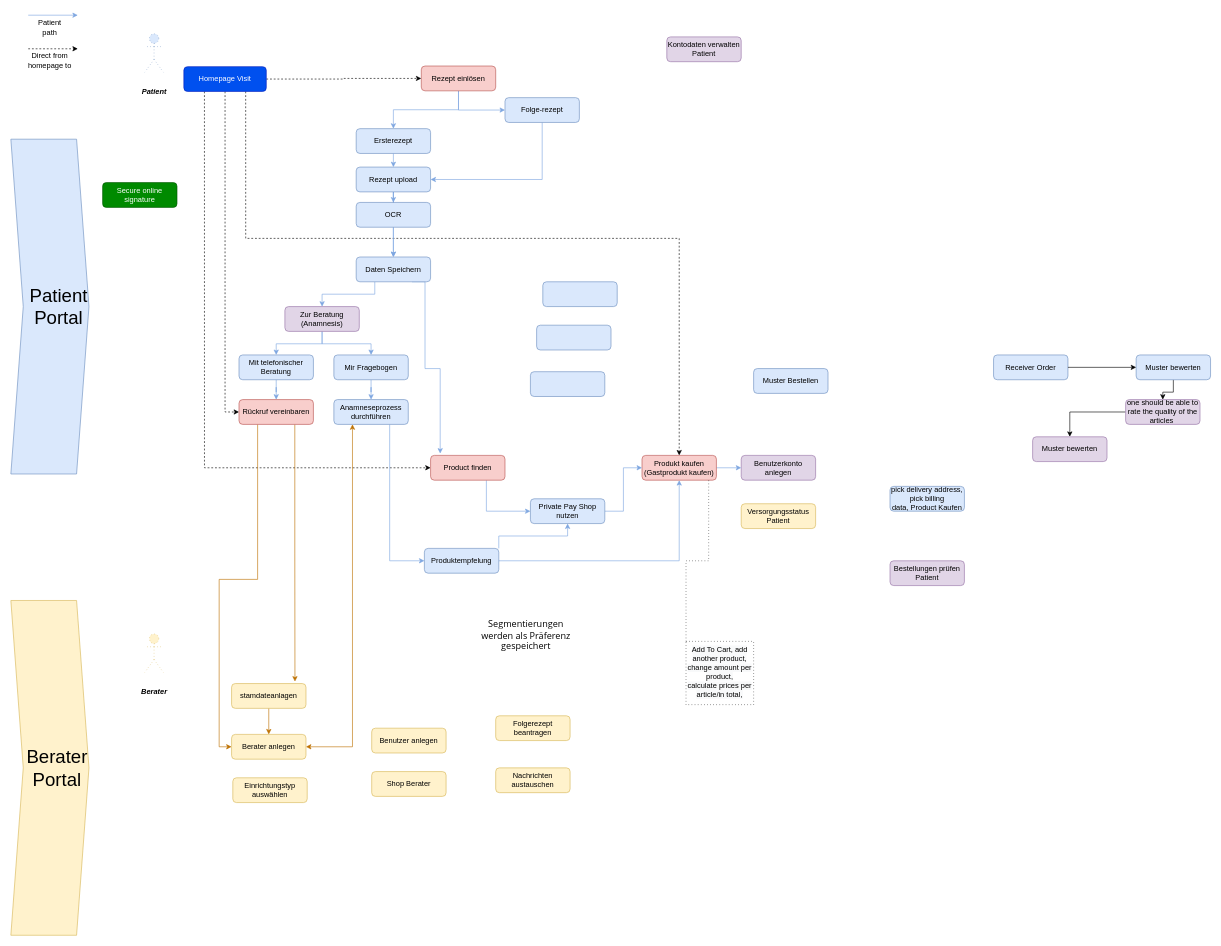
This is page "Overview" (1 of 8) of Untitled Diagram.drawio from Fredabb/MediMark-roadmap, a draw.io file, before an edit. Source tidied: cells renumbered, new cells numbered last; positions are measured from the earlier drawing's top-left corner, leaving out a move shared by most shapes. Both pictures are drawn from the tidied source at 62%, with x=0, y=0 at pixel (11, 15).
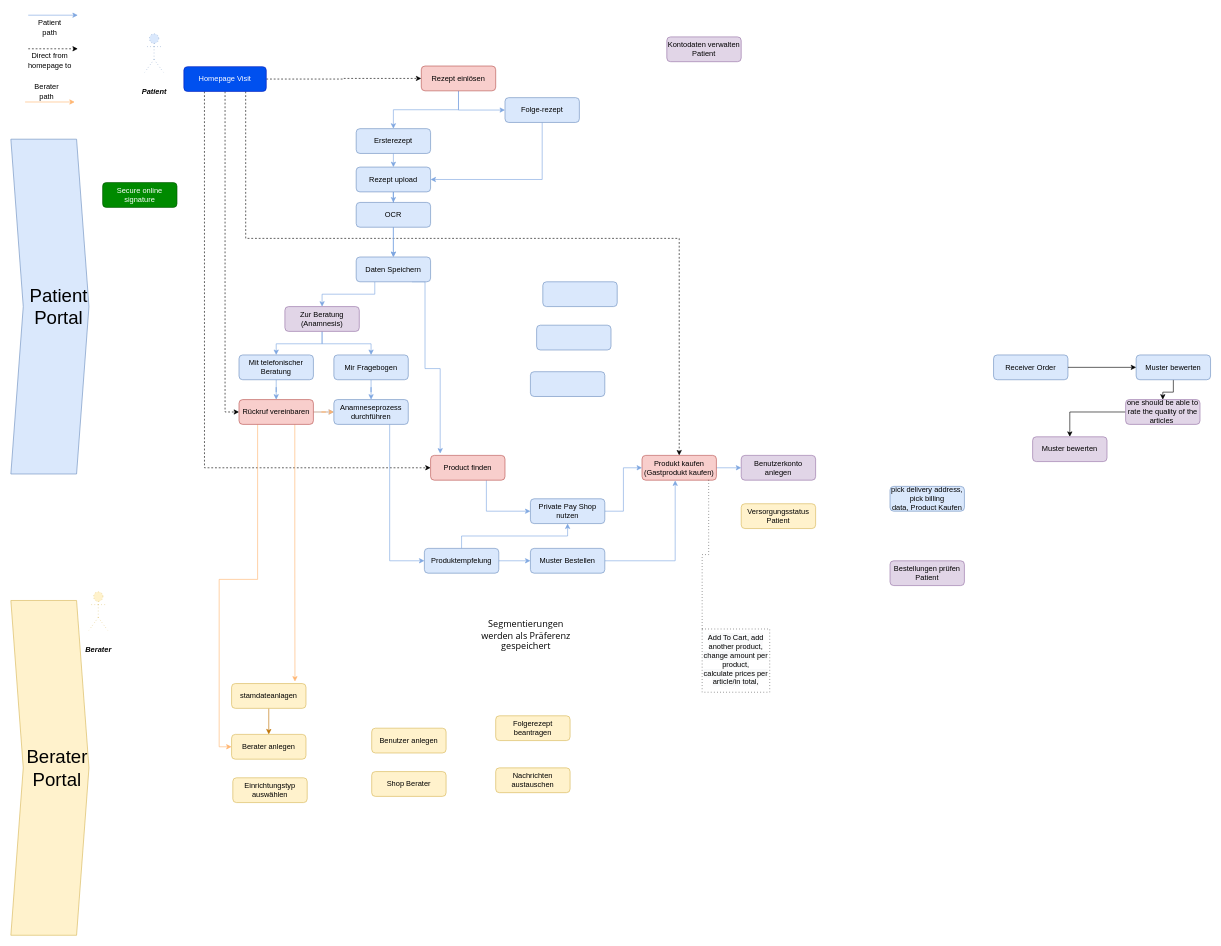
The same page after the edit.

The change refers to these unchanged cells:
```xml
<mxCell id="16" value="Produktempfelung" style="rounded=1;whiteSpace=wrap;html=1;fontSize=12;glass=0;strokeWidth=1;shadow=0;fillColor=#dae8fc;strokeColor=#6c8ebf;" parent="1" vertex="1">
  <mxGeometry x="667" y="860" width="120" height="40" as="geometry" />
</mxCell>
<mxCell id="33" value="stamdateanlagen" style="rounded=1;whiteSpace=wrap;html=1;fontSize=12;glass=0;strokeWidth=1;shadow=0;fillColor=#fff2cc;strokeColor=#d6b656;" parent="1" vertex="1">
  <mxGeometry x="356" y="1078" width="120" height="40" as="geometry" />
</mxCell>
<mxCell id="44" value="Rückruf vereinbaren" style="rounded=1;whiteSpace=wrap;html=1;fillColor=#f8cecc;strokeColor=#b85450;" parent="1" vertex="1">
  <mxGeometry x="368" y="620" width="120" height="40" as="geometry" />
</mxCell>
<mxCell id="49" value="Produkt kaufen (Gastprodukt kaufen)" style="rounded=1;whiteSpace=wrap;html=1;fontSize=12;glass=0;strokeWidth=1;shadow=0;fillColor=#f8cecc;strokeColor=#b85450;" parent="1" vertex="1">
  <mxGeometry x="1018" y="710" width="120" height="40" as="geometry" />
</mxCell>
<mxCell id="60" value="Private Pay Shop nutzen" style="rounded=1;whiteSpace=wrap;html=1;fontSize=12;glass=0;strokeWidth=1;shadow=0;fillColor=#dae8fc;strokeColor=#6c8ebf;" parent="1" vertex="1">
  <mxGeometry x="838" y="780" width="120" height="40" as="geometry" />
</mxCell>
<mxCell id="65" value="Berater anlegen" style="rounded=1;whiteSpace=wrap;html=1;fontSize=12;glass=0;strokeWidth=1;shadow=0;fillColor=#fff2cc;strokeColor=#d6b656;" parent="1" vertex="1">
  <mxGeometry x="356" y="1160" width="120" height="40" as="geometry" />
</mxCell>
<mxCell id="71" value="&lt;div&gt;Anamneseprozess&lt;/div&gt;&lt;div&gt;durchführen&lt;/div&gt;" style="rounded=1;whiteSpace=wrap;html=1;fontSize=12;glass=0;strokeWidth=1;shadow=0;fillColor=#dae8fc;strokeColor=#6c8ebf;" parent="1" vertex="1">
  <mxGeometry x="521" y="620" width="120" height="40" as="geometry" />
</mxCell>
```

The edit, as a diff of the source:
```diff
@@
-    <mxCell id="14" style="edgeStyle=orthogonalEdgeStyle;rounded=0;jettySize=auto;html=1;exitX=1;exitY=0.5;exitDx=0;exitDy=0;strokeColor=#7EA6E0;" parent="1" edge="1" source="16" target="49">
-      <mxGeometry relative="1" as="geometry" />
-    </mxCell>
-    <mxCell id="15" style="edgeStyle=orthogonalEdgeStyle;rounded=0;jettySize=auto;html=1;exitX=1;exitY=0;exitDx=0;exitDy=0;entryX=0.5;entryY=1;entryDx=0;entryDy=0;startArrow=none;startFill=0;strokeColor=#7EA6E0;" parent="1" edge="1" source="16" target="60">
+    <mxCell id="15" style="edgeStyle=orthogonalEdgeStyle;rounded=0;jettySize=auto;html=1;exitX=0.5;exitY=0;exitDx=0;exitDy=0;entryX=0.5;entryY=1;entryDx=0;entryDy=0;startArrow=none;startFill=0;strokeColor=#7EA6E0;" parent="1" edge="1" source="16" target="60">
       <mxGeometry relative="1" as="geometry" />
     </mxCell>
+    <mxCell id="80" style="edgeStyle=orthogonalEdgeStyle;rounded=0;jettySize=auto;html=1;exitX=1;exitY=0.5;exitDx=0;exitDy=0;entryX=0;entryY=0.5;entryDx=0;entryDy=0;strokeColor=#7EA6E0;" parent="1" edge="1" source="16" target="58">
+      <mxGeometry relative="1" as="geometry" />
+    </mxCell>
@@
-    <mxCell id="42" style="edgeStyle=orthogonalEdgeStyle;rounded=0;jettySize=auto;html=1;exitX=0.25;exitY=1;exitDx=0;exitDy=0;entryX=0;entryY=0.5;entryDx=0;entryDy=0;strokeColor=#BD7000;fillColor=#f0a30a;" parent="1" edge="1" source="44" target="65">
+    <mxCell id="42" style="edgeStyle=orthogonalEdgeStyle;rounded=0;jettySize=auto;html=1;exitX=0.25;exitY=1;exitDx=0;exitDy=0;entryX=0;entryY=0.5;entryDx=0;entryDy=0;fillColor=#f0a30a;strokeColor=#FFB570;" parent="1" edge="1" source="44" target="65">
       <mxGeometry relative="1" as="geometry" />
     </mxCell>
-    <mxCell id="43" style="edgeStyle=orthogonalEdgeStyle;rounded=0;jettySize=auto;html=1;exitX=0.75;exitY=1;exitDx=0;exitDy=0;entryX=0.852;entryY=-0.081;entryDx=0;entryDy=0;entryPerimeter=0;strokeColor=#BD7000;fillColor=#f0a30a;" parent="1" edge="1" source="44" target="33">
+    <mxCell id="43" style="edgeStyle=orthogonalEdgeStyle;rounded=0;jettySize=auto;html=1;exitX=0.75;exitY=1;exitDx=0;exitDy=0;entryX=0.852;entryY=-0.081;entryDx=0;entryDy=0;entryPerimeter=0;fillColor=#f0a30a;strokeColor=#FFB570;" parent="1" edge="1" source="44" target="33">
       <mxGeometry relative="1" as="geometry" />
     </mxCell>
+    <mxCell id="81" style="edgeStyle=orthogonalEdgeStyle;rounded=0;jettySize=auto;html=1;exitX=1;exitY=0.5;exitDx=0;exitDy=0;entryX=0;entryY=0.5;entryDx=0;entryDy=0;strokeColor=#7EA6E0;" parent="1" edge="1" source="44" target="71">
+      <mxGeometry relative="1" as="geometry" />
+    </mxCell>
+    <mxCell id="82" style="edgeStyle=orthogonalEdgeStyle;rounded=0;jettySize=auto;html=1;strokeColor=#FFB570;" parent="1" edge="1" source="44" target="71">
+      <mxGeometry relative="1" as="geometry" />
+    </mxCell>
@@
     <mxCell id="46" value="&lt;span style=&quot;font-size: 12px&quot;&gt;&lt;b&gt;&lt;i&gt;Berater&lt;/i&gt;&lt;/b&gt;&lt;/span&gt;" style="shape=umlActor;verticalLabelPosition=bottom;verticalAlign=top;html=1;dashed=1;dashPattern=1 4;fillColor=#fff2cc;fontSize=30;strokeColor=#d6b656;" parent="1" vertex="1">
-      <mxGeometry x="216" y="998" width="30" height="62" as="geometry" />
+      <mxGeometry x="126" y="930" width="30" height="62" as="geometry" />
     </mxCell>
@@
+    <mxCell id="83" style="edgeStyle=orthogonalEdgeStyle;rounded=0;jettySize=auto;html=1;exitX=1;exitY=0.5;exitDx=0;exitDy=0;entryX=0.446;entryY=1.012;entryDx=0;entryDy=0;entryPerimeter=0;strokeColor=#7EA6E0;" parent="1" edge="1" source="58" target="49">
+      <mxGeometry relative="1" as="geometry" />
+    </mxCell>
     <mxCell id="58" value="Muster Bestellen" style="rounded=1;whiteSpace=wrap;html=1;fontSize=12;glass=0;strokeWidth=1;shadow=0;fillColor=#dae8fc;strokeColor=#6c8ebf;" parent="1" vertex="1">
-      <mxGeometry x="1198" y="570" width="120" height="40" as="geometry" />
+      <mxGeometry x="838" y="860" width="120" height="40" as="geometry" />
     </mxCell>
@@
     <mxCell id="62" value="&lt;span style=&quot;color: rgb(0 , 0 , 0) ; font-family: &amp;#34;helvetica&amp;#34; ; font-size: 12px ; font-style: normal ; font-weight: 400 ; letter-spacing: normal ; text-indent: 0px ; text-transform: none ; word-spacing: 0px ; background-color: rgb(248 , 249 , 250) ; display: inline ; float: none&quot;&gt;Add To Cart, add another product, change amount per product,&lt;/span&gt;&lt;br style=&quot;color: rgb(0 , 0 , 0) ; font-family: &amp;#34;helvetica&amp;#34; ; font-size: 12px ; font-style: normal ; font-weight: 400 ; letter-spacing: normal ; text-indent: 0px ; text-transform: none ; word-spacing: 0px ; background-color: rgb(248 , 249 , 250)&quot;&gt;&lt;span style=&quot;color: rgb(0 , 0 , 0) ; font-family: &amp;#34;helvetica&amp;#34; ; font-size: 12px ; font-style: normal ; font-weight: 400 ; letter-spacing: normal ; text-indent: 0px ; text-transform: none ; word-spacing: 0px ; background-color: rgb(248 , 249 , 250) ; display: inline ; float: none&quot;&gt;calculate prices per article/in total,&lt;/span&gt;" style="text;whiteSpace=wrap;html=1;align=center;strokeColor=#000000;dashed=1;dashPattern=1 4;" parent="1" vertex="1">
-      <mxGeometry x="1089" y="1010" width="109" height="102" as="geometry" />
+      <mxGeometry x="1115" y="990" width="109" height="102" as="geometry" />
     </mxCell>
@@
-    <mxCell id="64" style="edgeStyle=orthogonalEdgeStyle;rounded=0;jettySize=auto;html=1;exitX=1;exitY=0.5;exitDx=0;exitDy=0;entryX=0.25;entryY=1;entryDx=0;entryDy=0;strokeColor=#BD7000;fillColor=#f0a30a;startArrow=classic;startFill=1;" parent="1" edge="1" source="65" target="71">
-      <mxGeometry relative="1" as="geometry" />
-    </mxCell>
@@
+    <mxCell id="84" style="endArrow=classic;html=1;strokeColor=#FFB570;" parent="1" edge="1">
+      <mxGeometry relative="1" as="geometry">
+        <mxPoint x="23" y="140" as="sourcePoint" />
+        <mxPoint x="103" y="140" as="targetPoint" />
+      </mxGeometry>
+    </mxCell>
+    <mxCell id="85" value="Berater path" style="text;html=1;strokeColor=none;fillColor=none;align=center;verticalAlign=middle;whiteSpace=wrap;rounded=0;" parent="1" vertex="1">
+      <mxGeometry x="38" y="113" width="40" height="20" as="geometry" />
+    </mxCell>
```
